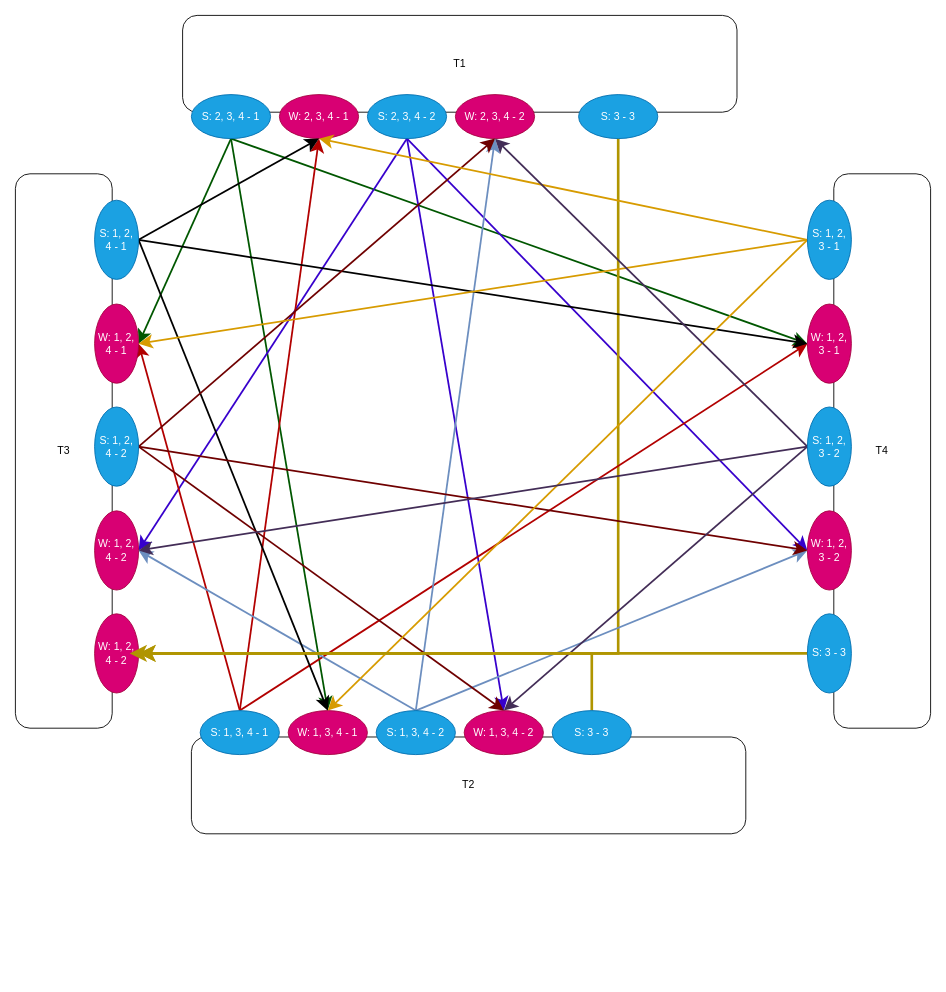
Before: lab2.drawio in notnuff-university-projects/mindblowing-sync, a draw.io diagram. Source tidied: cells renumbered, new cells numbered last; positions are measured from the earlier drawing's top-left corner, leaving out a move shared by most shapes. Both pictures are drawn from the tidied source at 88%, with x=0, y=0 at pixel (15, 15).
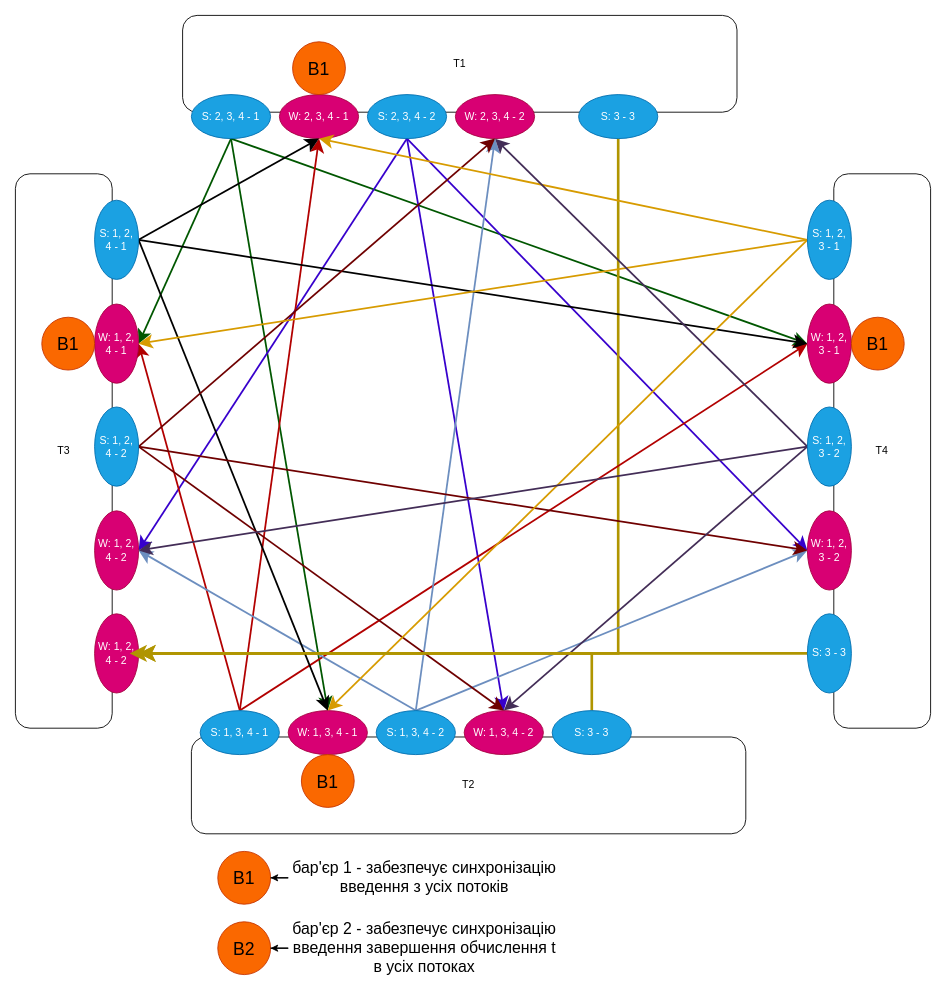
Above is the later version.

What changed in the source:
```diff
@@
+    <mxCell id="53" value="&lt;font style=&quot;font-size: 20px;&quot;&gt;B1&lt;/font&gt;" style="ellipse;whiteSpace=wrap;html=1;fillColor=#fa6800;fontColor=#000000;strokeColor=#C73500;" parent="1" vertex="1">
+      <mxGeometry x="230" y="950" width="60" height="60" as="geometry" />
+    </mxCell>
+    <mxCell id="54" style="edgeStyle=orthogonalEdgeStyle;rounded=0;jettySize=auto;html=1;exitX=0;exitY=0.5;exitDx=0;exitDy=0;" parent="1" edge="1" source="55" target="53">
+      <mxGeometry relative="1" as="geometry" />
+    </mxCell>
+    <mxCell id="55" value="бар'єр 1 - забезпечує синхронізацію введення з усіх потоків" style="text;html=1;align=center;verticalAlign=middle;whiteSpace=wrap;rounded=0;fontSize=18;" parent="1" vertex="1">
+      <mxGeometry x="310" y="965" width="310" height="30" as="geometry" />
+    </mxCell>
+    <mxCell id="56" value="&lt;font style=&quot;font-size: 20px;&quot;&gt;B1&lt;/font&gt;" style="ellipse;whiteSpace=wrap;html=1;fillColor=#fa6800;fontColor=#000000;strokeColor=#C73500;" parent="1" vertex="1">
+      <mxGeometry x="325" y="840" width="60" height="60" as="geometry" />
+    </mxCell>
+    <mxCell id="57" value="&lt;font style=&quot;font-size: 20px;&quot;&gt;B1&lt;/font&gt;" style="ellipse;whiteSpace=wrap;html=1;fillColor=#fa6800;fontColor=#000000;strokeColor=#C73500;" parent="1" vertex="1">
+      <mxGeometry x="30" y="343" width="60" height="60" as="geometry" />
+    </mxCell>
+    <mxCell id="58" value="&lt;font style=&quot;font-size: 20px;&quot;&gt;B1&lt;/font&gt;" style="ellipse;whiteSpace=wrap;html=1;fillColor=#fa6800;fontColor=#000000;strokeColor=#C73500;" parent="1" vertex="1">
+      <mxGeometry x="315" y="30" width="60" height="60" as="geometry" />
+    </mxCell>
+    <mxCell id="59" value="&lt;font style=&quot;font-size: 20px;&quot;&gt;B1&lt;/font&gt;" style="ellipse;whiteSpace=wrap;html=1;fillColor=#fa6800;fontColor=#000000;strokeColor=#C73500;" parent="1" vertex="1">
+      <mxGeometry x="950" y="343" width="60" height="60" as="geometry" />
+    </mxCell>
+    <mxCell id="60" value="&lt;font style=&quot;font-size: 20px;&quot;&gt;B2&lt;/font&gt;" style="ellipse;whiteSpace=wrap;html=1;fillColor=#fa6800;fontColor=#000000;strokeColor=#C73500;" parent="1" vertex="1">
+      <mxGeometry x="230" y="1030" width="60" height="60" as="geometry" />
+    </mxCell>
+    <mxCell id="61" style="edgeStyle=orthogonalEdgeStyle;rounded=0;jettySize=auto;html=1;exitX=0;exitY=0.5;exitDx=0;exitDy=0;" parent="1" edge="1" source="62" target="60">
+      <mxGeometry relative="1" as="geometry" />
+    </mxCell>
+    <mxCell id="62" value="бар'єр 2 - забезпечує синхронізацію введення завершення обчислення t в усіх потоках" style="text;html=1;align=center;verticalAlign=middle;whiteSpace=wrap;rounded=0;fontSize=18;" parent="1" vertex="1">
+      <mxGeometry x="310" y="1045" width="310" height="30" as="geometry" />
+    </mxCell>
```
